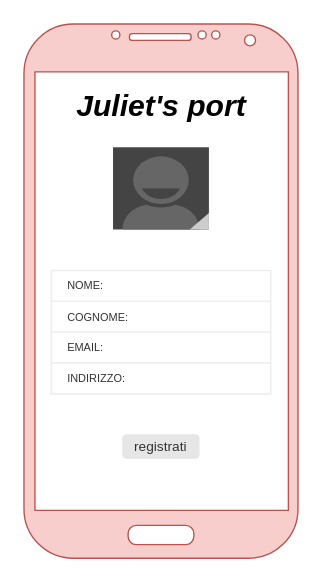
The draw.io diagram page "REGISTER" (1 of 4) of WIREFRAME/Untitled Diagram.drawio in giuliacangani02/EsameGiulia2021, before the edit. Source tidied: cells renumbered, new cells numbered last; positions are measured from the earlier drawing's top-left corner, leaving out a move shared by most shapes. Both pictures are drawn from the tidied source at 137%, with x=0, y=0 at pixel (23, 23).
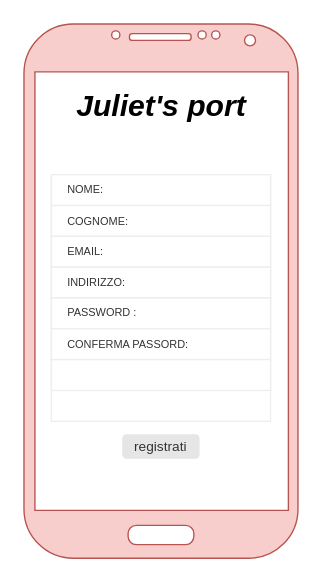
After the change.

What changed in the source:
```diff
@@
 <mxGraphModel>
   <root>
     <mxCell id="0" />
     <mxCell id="1" parent="0" />
     <mxCell id="2" style="verticalLabelPosition=bottom;verticalAlign=top;html=1;shadow=0;dashed=0;strokeWidth=1;shape=mxgraph.android.phone2;strokeColor=#b85450;fillColor=#f8cecc;" parent="1" vertex="1">
       <mxGeometry width="200" height="390" as="geometry" />
     </mxCell>
-    <mxCell id="3" style="verticalLabelPosition=bottom;verticalAlign=top;html=1;shadow=0;dashed=0;strokeWidth=1;shape=mxgraph.android.contact_badge_normal;" parent="1" vertex="1">
-      <mxGeometry x="65" y="90" width="70" height="60" as="geometry" />
-    </mxCell>
     <mxCell id="4" value="registrati" style="rounded=1;html=1;shadow=0;dashed=0;whiteSpace=wrap;fontSize=10;fillColor=#E6E6E6;align=center;strokeColor=#E6E6E6;fontColor=#333333;" parent="1" vertex="1">
       <mxGeometry x="72.2" y="300" width="55.5" height="16.9" as="geometry" />
     </mxCell>
     <mxCell id="5" value="&lt;font style=&quot;font-size: 22px&quot;&gt;&lt;i&gt;Juliet's port&lt;/i&gt;&lt;/font&gt;" style="text;html=1;fontSize=24;fontStyle=1;verticalAlign=middle;align=center;" parent="1" vertex="1">
       <mxGeometry x="32" y="40" width="136" height="40" as="geometry" />
     </mxCell>
     <mxCell id="6" style="strokeWidth=1;html=1;shadow=0;dashed=0;shape=mxgraph.android.rrect;rSize=0;strokeColor=#eeeeee;fillColor=#ffffff;gradientColor=none;" parent="1" vertex="1">
-      <mxGeometry x="20" y="180" width="160" height="90" as="geometry" />
+      <mxGeometry x="20" y="110" width="160" height="90" as="geometry" />
     </mxCell>
     <mxCell id="7" value="NOME:" style="strokeColor=inherit;fillColor=inherit;gradientColor=inherit;strokeWidth=1;html=1;shadow=0;dashed=0;shape=mxgraph.android.rrect;rSize=0;align=left;spacingLeft=10;fontSize=8;fontColor=#333333;" parent="6" vertex="1">
       <mxGeometry width="160" height="22.5" as="geometry" />
     </mxCell>
     <mxCell id="8" value="COGNOME:" style="strokeColor=inherit;fillColor=inherit;gradientColor=inherit;strokeWidth=1;html=1;shadow=0;dashed=0;shape=mxgraph.android.rrect;rSize=0;align=left;spacingLeft=10;fontSize=8;fontColor=#333333;" parent="6" vertex="1">
       <mxGeometry y="22.5" width="160" height="22.5" as="geometry" />
     </mxCell>
     <mxCell id="9" value="EMAIL:" style="strokeColor=inherit;fillColor=inherit;gradientColor=inherit;strokeWidth=1;html=1;shadow=0;dashed=0;shape=mxgraph.android.rrect;rSize=0;align=left;spacingLeft=10;fontSize=8;fontColor=#333333;" parent="6" vertex="1">
       <mxGeometry y="45" width="160" height="22.5" as="geometry" />
     </mxCell>
     <mxCell id="10" value="INDIRIZZO:" style="strokeColor=inherit;fillColor=inherit;gradientColor=inherit;strokeWidth=1;html=1;shadow=0;dashed=0;shape=mxgraph.android.rrect;rSize=0;align=left;spacingLeft=10;fontSize=8;fontColor=#333333;" parent="6" vertex="1">
       <mxGeometry y="67.5" width="160" height="22.5" as="geometry" />
     </mxCell>
+    <mxCell id="11" style="strokeWidth=1;html=1;shadow=0;dashed=0;shape=mxgraph.android.rrect;rSize=0;strokeColor=#eeeeee;fillColor=#ffffff;gradientColor=none;" parent="1" vertex="1">
+      <mxGeometry x="20" y="200" width="160" height="90" as="geometry" />
+    </mxCell>
+    <mxCell id="12" value="PASSWORD :" style="strokeColor=inherit;fillColor=inherit;gradientColor=inherit;strokeWidth=1;html=1;shadow=0;dashed=0;shape=mxgraph.android.rrect;rSize=0;align=left;spacingLeft=10;fontSize=8;fontColor=#333333;" parent="11" vertex="1">
+      <mxGeometry width="160" height="22.5" as="geometry" />
+    </mxCell>
+    <mxCell id="13" value="CONFERMA PASSORD:" style="strokeColor=inherit;fillColor=inherit;gradientColor=inherit;strokeWidth=1;html=1;shadow=0;dashed=0;shape=mxgraph.android.rrect;rSize=0;align=left;spacingLeft=10;fontSize=8;fontColor=#333333;" parent="11" vertex="1">
+      <mxGeometry y="22.5" width="160" height="22.5" as="geometry" />
+    </mxCell>
+    <mxCell id="14" style="strokeColor=inherit;fillColor=inherit;gradientColor=inherit;strokeWidth=1;html=1;shadow=0;dashed=0;shape=mxgraph.android.rrect;rSize=0;align=left;spacingLeft=10;fontSize=8;fontColor=#333333;" parent="11" vertex="1">
+      <mxGeometry y="45" width="160" height="22.5" as="geometry" />
+    </mxCell>
   </root>
 </mxGraphModel>
```
